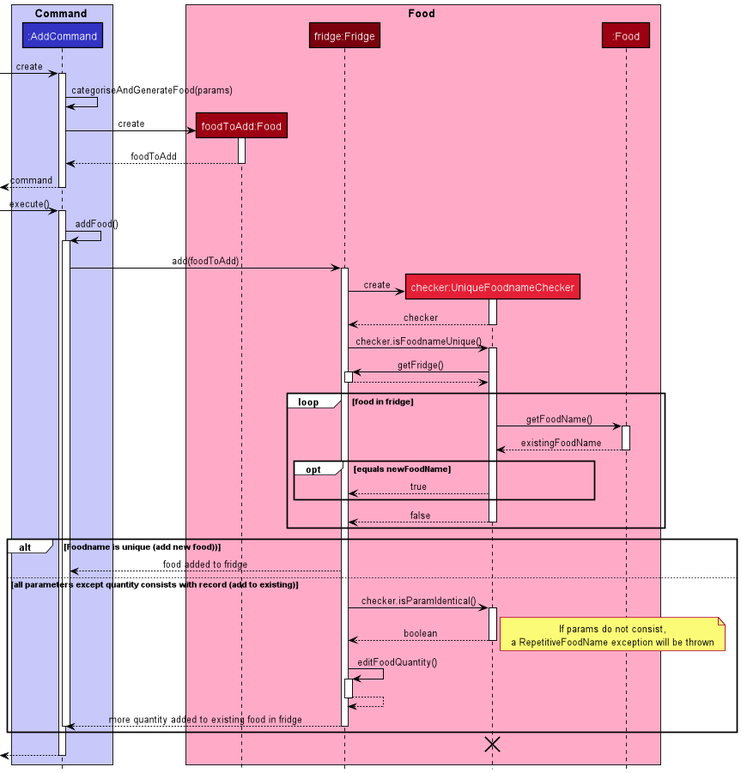
The PlantUML diagram docs/diagrams/diagram_images/AddSequenceDiagram.png in nus-cs2113-AY2021S2/tp, before a commit.
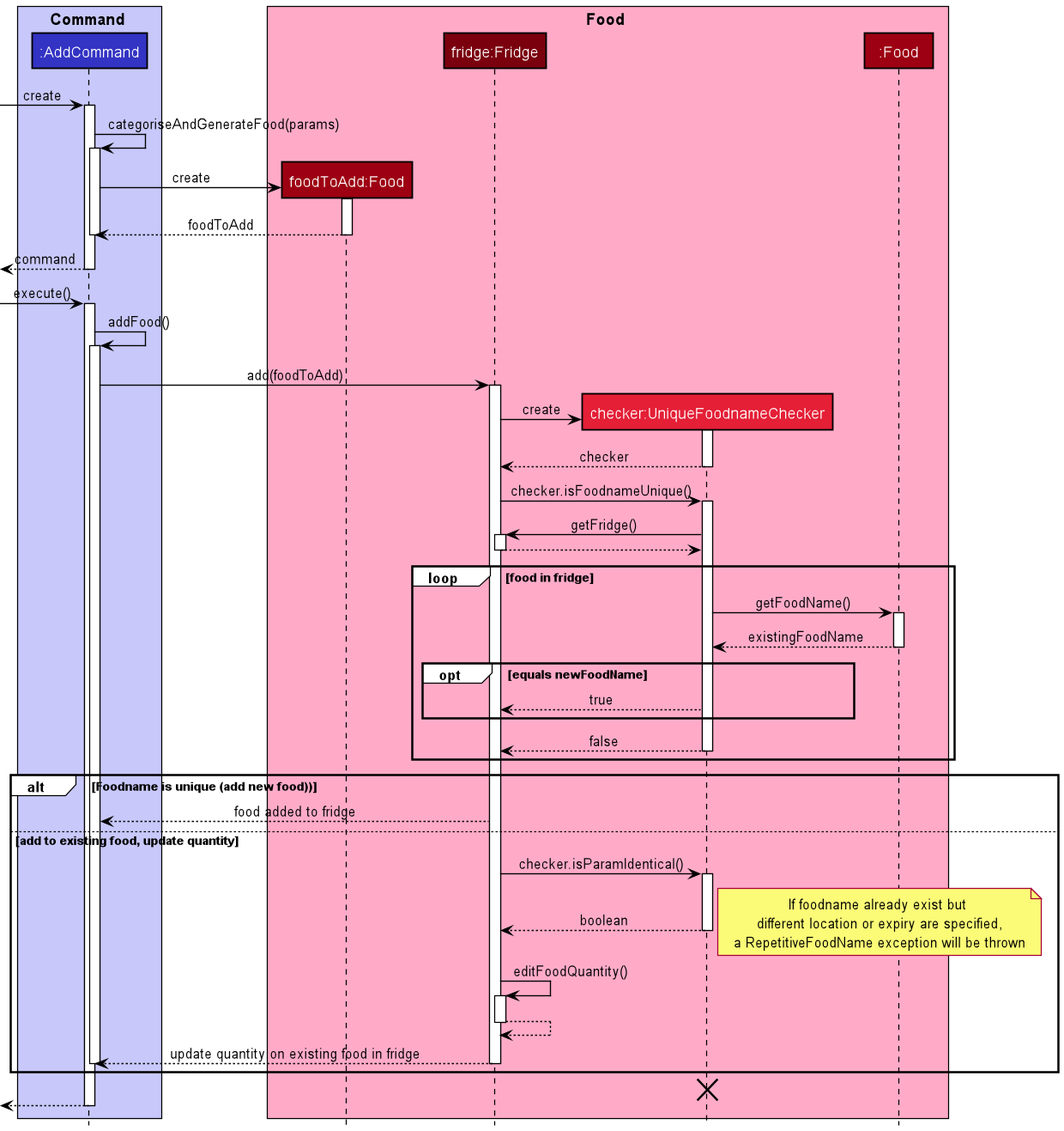
The same diagram one commit later.

Change to the diagram source:
```diff
@@ -15,9 +15,11 @@
 -> AddCommand: create
 activate AddCommand
 AddCommand -> AddCommand: categoriseAndGenerateFood(params)
+activate AddCommand
 AddCommand -> NewFood **: create
 activate NewFood
 return foodToAdd
+deactivate AddCommand
 return command
 
 -> AddCommand: execute()
@@ -48,18 +50,19 @@
 alt Foodname is unique (add new food))
     Fridge --> AddCommand: food added to fridge
 
-else all parameters except quantity consists with record (add to existing)
+else add to existing food, update quantity
     Fridge -> Checker: checker.isParamIdentical()
     activate Checker
     return boolean
     note right
-    If params do not consist,
+    If foodname already exist but
+    different location or expiry are specified,
     a RepetitiveFoodName exception will be thrown
     end note
     Fridge -> Fridge: editFoodQuantity()
     activate Fridge
     return
-    Fridge --> AddCommand: more quantity added to existing food in fridge
+    Fridge --> AddCommand: update quantity on existing food in fridge
     deactivate Fridge
     deactivate AddCommand
 end
```
